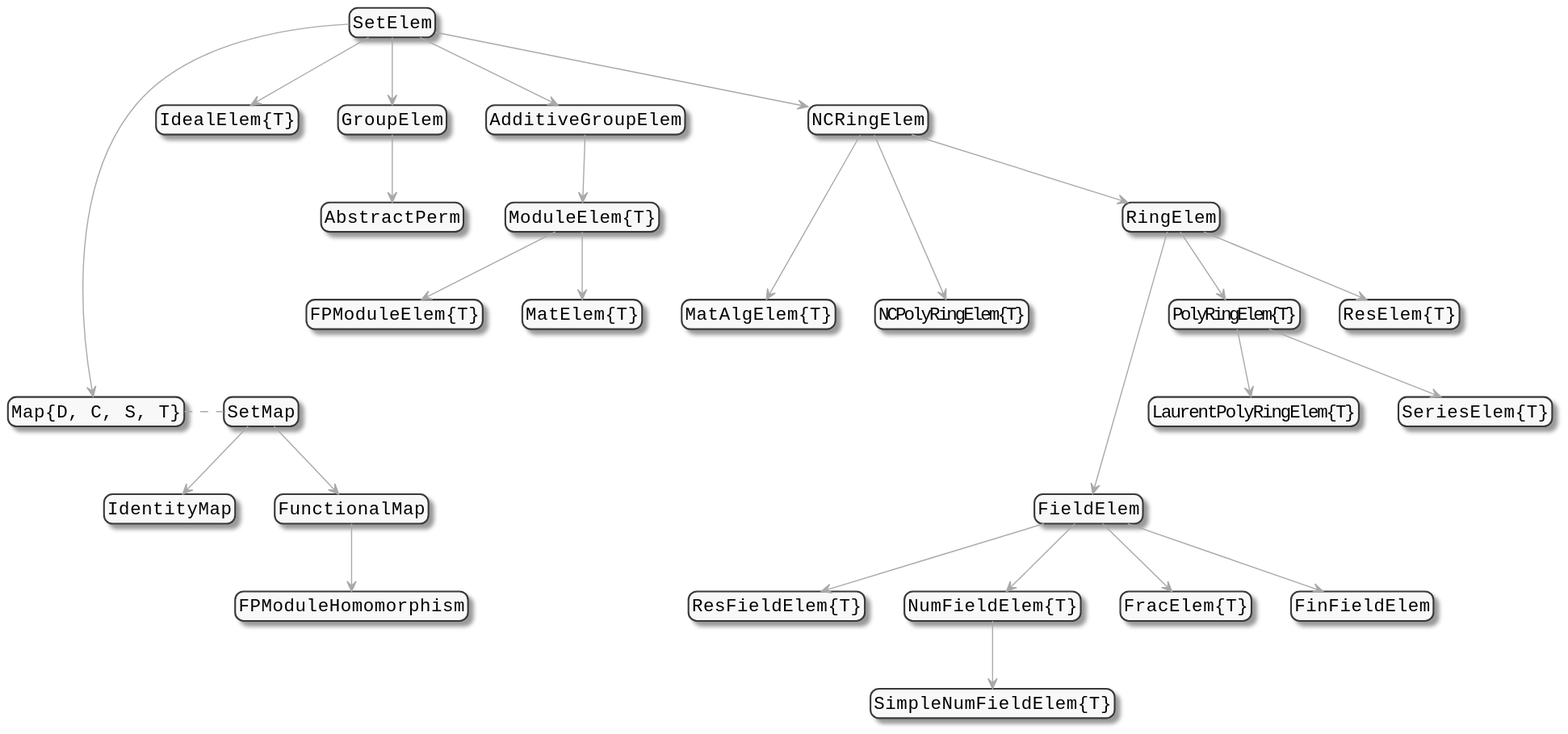
Above: docs/src/assets/elements_diagram.svg in Nemocas/AbstractAlgebra.jl (PlantUML), before the change.
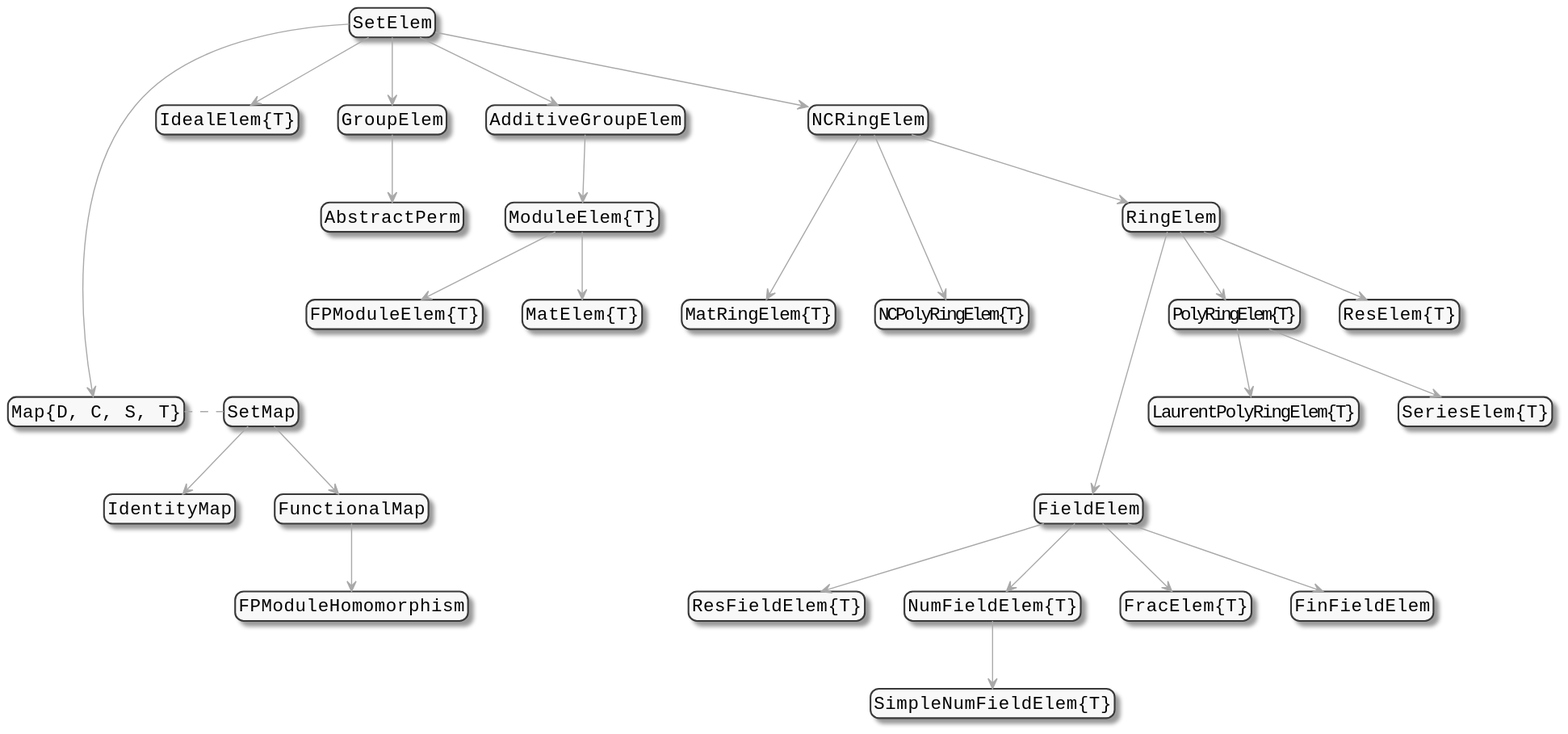
The same file after the commit.

Change to the diagram source:
```diff
@@ -23,7 +23,7 @@
 "ModuleElem{T}" -down-> "MatElem{T}"
 
 "SetElem" -down-> "NCRingElem"
-"NCRingElem" -down--> "MatAlgElem{T}"
+"NCRingElem" -down--> "MatRingElem{T}"
 "NCRingElem" -down--> "NCPolyRingElem{T}"
 "NCRingElem" -down-> "RingElem"
 
```
